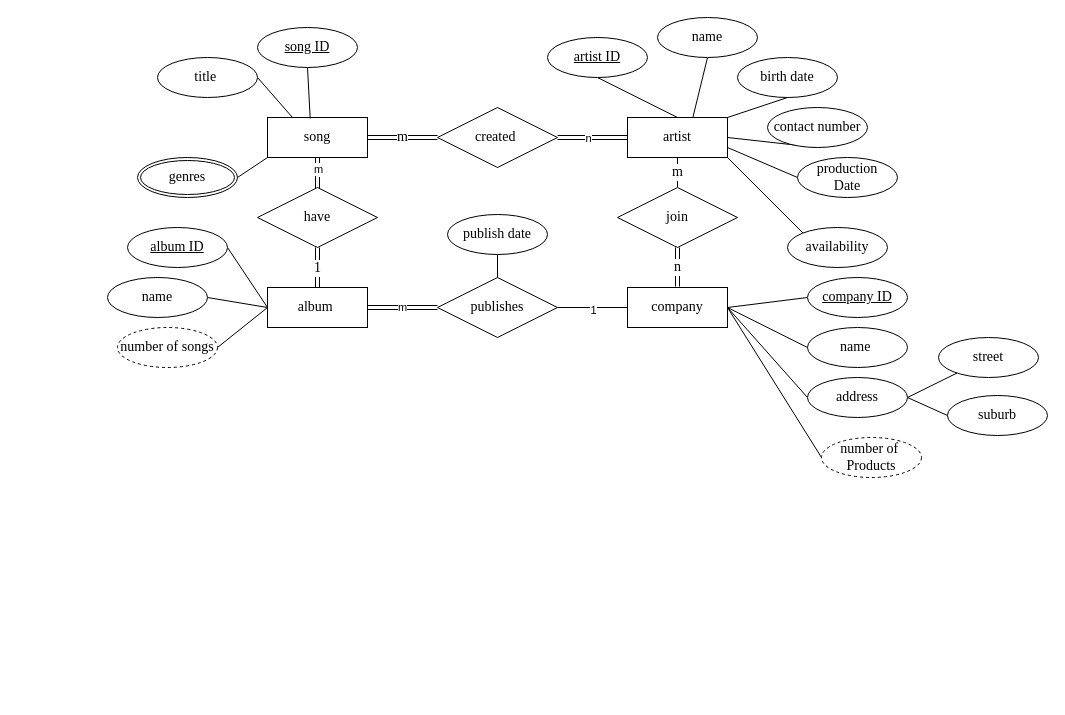
The draw.io diagram page "ER草稿" (7 of 12) of comp9311/assignment1_ER.drawio in stellariumImpl/CDN, before the edit. Source tidied: cells renumbered, new cells numbered last; positions are measured from the earlier drawing's top-left corner, leaving out a move shared by most shapes. Both pictures are drawn from the tidied source at 100%, with x=0, y=0 at pixel (107, 17).
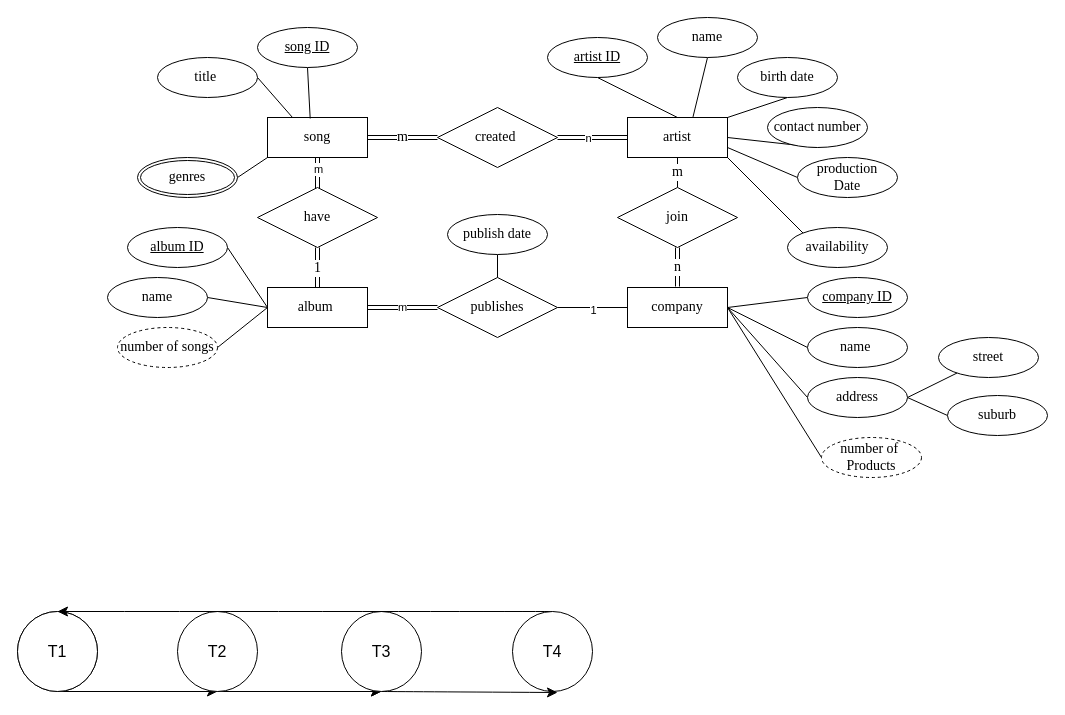
The same diagram, later.

What changed in the source:
```diff
@@
+    <mxCell id="60" style="ellipse;whiteSpace=wrap;html=1;fontSize=16;" parent="1" vertex="1">
+      <mxGeometry x="-90" y="594" width="80" height="80" as="geometry" />
+    </mxCell>
+    <mxCell id="61" style="edgeStyle=none;curved=1;rounded=0;jettySize=auto;html=1;exitX=0.5;exitY=1;exitDx=0;exitDy=0;entryX=0.5;entryY=1;entryDx=0;entryDy=0;fontSize=12;startSize=8;endSize=8;" parent="1" edge="1" source="63" target="66">
+      <mxGeometry relative="1" as="geometry" />
+    </mxCell>
+    <mxCell id="62" style="edgeStyle=none;curved=1;rounded=0;jettySize=auto;html=1;exitX=0.5;exitY=1;exitDx=0;exitDy=0;entryX=0.5;entryY=1;entryDx=0;entryDy=0;fontSize=12;startSize=8;endSize=8;" parent="1" edge="1" source="63" target="65">
+      <mxGeometry relative="1" as="geometry" />
+    </mxCell>
+    <mxCell id="63" value="T1" style="ellipse;whiteSpace=wrap;html=1;fontSize=16;" parent="1" vertex="1">
+      <mxGeometry x="-90" y="594" width="80" height="80" as="geometry" />
+    </mxCell>
+    <mxCell id="64" style="edgeStyle=none;curved=1;rounded=0;jettySize=auto;html=1;exitX=0.5;exitY=1;exitDx=0;exitDy=0;entryX=0.5;entryY=1;entryDx=0;entryDy=0;fontSize=12;startSize=8;endSize=8;" parent="1" edge="1" source="65" target="66">
+      <mxGeometry relative="1" as="geometry" />
+    </mxCell>
+    <mxCell id="65" value="T2" style="ellipse;whiteSpace=wrap;html=1;fontSize=16;" parent="1" vertex="1">
+      <mxGeometry x="70" y="594" width="80" height="80" as="geometry" />
+    </mxCell>
+    <mxCell id="66" value="T3" style="ellipse;whiteSpace=wrap;html=1;fontSize=16;" parent="1" vertex="1">
+      <mxGeometry x="234" y="594" width="80" height="80" as="geometry" />
+    </mxCell>
+    <mxCell id="67" style="edgeStyle=none;curved=1;rounded=0;jettySize=auto;html=1;exitX=0.5;exitY=0;exitDx=0;exitDy=0;entryX=0.5;entryY=0;entryDx=0;entryDy=0;fontSize=12;startSize=8;endSize=8;" parent="1" edge="1" source="68" target="63">
+      <mxGeometry relative="1" as="geometry" />
+    </mxCell>
+    <mxCell id="68" value="T4" style="ellipse;whiteSpace=wrap;html=1;fontSize=16;" parent="1" vertex="1">
+      <mxGeometry x="405" y="594" width="80" height="80" as="geometry" />
+    </mxCell>
+    <mxCell id="69" style="edgeStyle=none;curved=1;rounded=0;jettySize=auto;html=1;exitX=0.5;exitY=1;exitDx=0;exitDy=0;fontSize=12;startSize=8;endSize=8;" parent="1" edge="1" source="66">
+      <mxGeometry relative="1" as="geometry">
+        <mxPoint x="450" y="675" as="targetPoint" />
+      </mxGeometry>
+    </mxCell>
```
